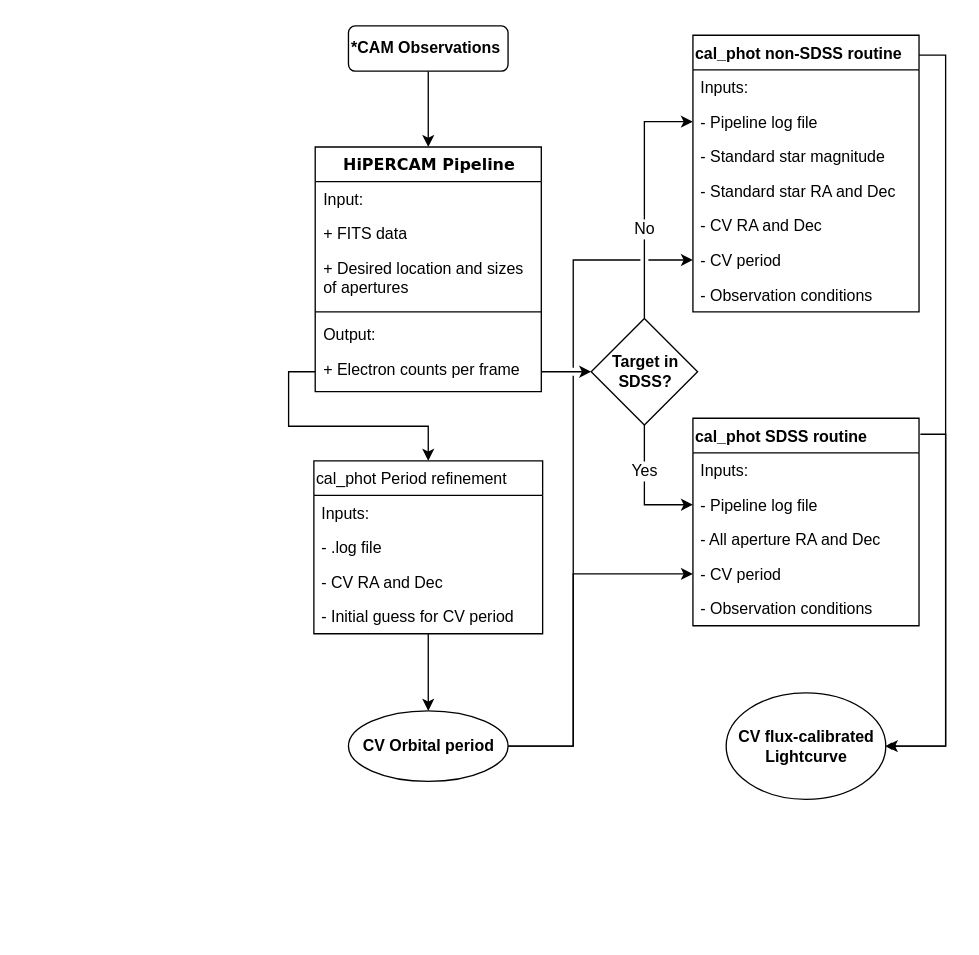
The draw.io diagram cal_phot.drawio in wildjames/cal_phot, before the edit. Source tidied: cells renumbered, new cells numbered last; positions are measured from the earlier drawing's top-left corner, leaving out a move shared by most shapes. Both pictures are drawn from the tidied source at 133%, with x=0, y=0 at pixel (313, 25).
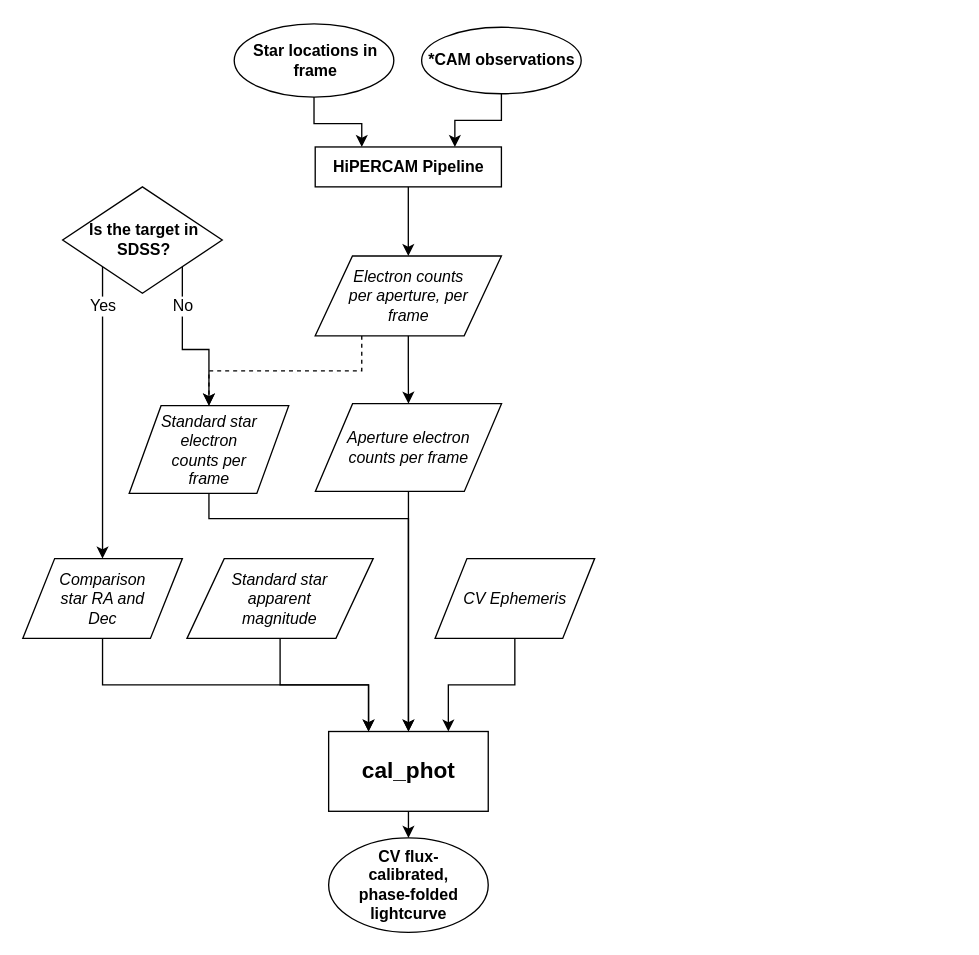
After the change.

What changed in the source:
```diff
@@
-<mxGraphModel background="#ffffff">
+<mxGraphModel>
@@
-    <mxCell id="2" style="edgeStyle=orthogonalEdgeStyle;rounded=0;jettySize=auto;html=1;exitX=1;exitY=0.5;exitDx=0;exitDy=0;entryX=0;entryY=0.5;entryDx=0;entryDy=0;" parent="1" edge="1" source="10" target="15">
-      <mxGeometry relative="1" as="geometry" />
-    </mxCell>
-    <mxCell id="3" style="edgeStyle=orthogonalEdgeStyle;rounded=0;jettySize=auto;html=1;exitX=0;exitY=0.5;exitDx=0;exitDy=0;entryX=0.5;entryY=0;entryDx=0;entryDy=0;" parent="1" edge="1" source="10" target="39">
-      <mxGeometry relative="1" as="geometry" />
-    </mxCell>
+    <mxCell id="44" style="edgeStyle=orthogonalEdgeStyle;rounded=0;jettySize=auto;html=1;exitX=0.5;exitY=1;exitDx=0;exitDy=0;entryX=0.75;entryY=0;entryDx=0;entryDy=0;" parent="1" edge="1" source="45" target="4">
+      <mxGeometry relative="1" as="geometry" />
+    </mxCell>
+    <mxCell id="45" value="&lt;b&gt;*CAM observations&lt;/b&gt;" style="ellipse;whiteSpace=wrap;html=1;" parent="1" vertex="1">
+      <mxGeometry x="81.5" y="1" width="120" height="50" as="geometry" />
+    </mxCell>
+    <mxCell id="46" style="edgeStyle=orthogonalEdgeStyle;rounded=0;jettySize=auto;html=1;exitX=0.5;exitY=1;exitDx=0;exitDy=0;entryX=0.25;entryY=0;entryDx=0;entryDy=0;" parent="1" edge="1" source="47" target="4">
+      <mxGeometry relative="1" as="geometry" />
+    </mxCell>
+    <mxCell id="47" value="&lt;div style=&quot;text-align: center&quot;&gt;&lt;b&gt;Star locations in frame&lt;/b&gt;&lt;/div&gt;" style="ellipse;whiteSpace=wrap;html=1;align=left;" parent="1" vertex="1">
+      <mxGeometry x="-59.4" y="-1.5" width="120" height="55" as="geometry" />
+    </mxCell>
+    <mxCell id="48" style="edgeStyle=orthogonalEdgeStyle;rounded=0;jettySize=auto;html=1;exitX=1;exitY=1;exitDx=0;exitDy=0;entryX=0.5;entryY=0;entryDx=0;entryDy=0;" parent="1" edge="1" source="50" target="56">
+      <mxGeometry relative="1" as="geometry" />
+    </mxCell>
+    <mxCell id="14" value="No" style="text;html=1;align=center;verticalAlign=middle;labelBackgroundColor=#ffffff;" parent="48" vertex="1">
+      <mxGeometry x="-0.55" y="-2" relative="1" as="geometry">
+        <mxPoint x="2" y="1" as="offset" />
+      </mxGeometry>
+    </mxCell>
+    <mxCell id="49" style="edgeStyle=orthogonalEdgeStyle;rounded=0;jettySize=auto;html=1;exitX=0;exitY=1;exitDx=0;exitDy=0;entryX=0.5;entryY=0;entryDx=0;entryDy=0;" parent="1" edge="1" source="50" target="65">
+      <mxGeometry relative="1" as="geometry" />
+    </mxCell>
+    <mxCell id="12" value="Yes" style="text;html=1;align=center;verticalAlign=middle;labelBackgroundColor=#ffffff;" parent="49" vertex="1">
+      <mxGeometry x="-0.72" relative="1" as="geometry">
+        <mxPoint y="-1.5" as="offset" />
+      </mxGeometry>
+    </mxCell>
+    <mxCell id="50" value="&lt;div style=&quot;text-align: center&quot;&gt;&lt;b&gt;Is the target in SDSS?&lt;/b&gt;&lt;/div&gt;" style="rhombus;whiteSpace=wrap;html=1;align=left;" parent="1" vertex="1">
+      <mxGeometry x="-188.4" y="121" width="120" height="80" as="geometry" />
+    </mxCell>
+    <mxCell id="51" style="edgeStyle=orthogonalEdgeStyle;rounded=0;jettySize=auto;html=1;exitX=0.5;exitY=1;exitDx=0;exitDy=0;entryX=0.5;entryY=0;entryDx=0;entryDy=0;noEdgeStyle=1;orthogonal=1;" parent="1" edge="1" source="4" target="54">
+      <mxGeometry relative="1" as="geometry" />
+    </mxCell>
-    <mxCell id="4" value="HiPERCAM Pipeline" style="swimlane;html=1;fontStyle=1;align=center;verticalAlign=top;horizontal=1;startSize=26;swimlaneFillColor=#ffffff;rounded=0;shadow=0;comic=0;labelBackgroundColor=none;strokeColor=#000000;strokeWidth=1;fillColor=none;fontFamily=Verdana;fontSize=12;fontColor=#000000;" parent="1" vertex="1">
-      <mxGeometry x="1.5" y="91" width="170" height="184" as="geometry" />
+    <mxCell id="4" value="&lt;div style=&quot;text-align: center&quot;&gt;&lt;b&gt;HiPERCAM Pipeline&lt;/b&gt;&lt;/div&gt;" style="rounded=0;whiteSpace=wrap;html=1;align=center;" parent="1" vertex="1">
+      <mxGeometry x="1.5" y="91" width="140" height="30" as="geometry" />
     </mxCell>
-    <mxCell id="5" value="Input:" style="text;html=1;strokeColor=none;fillColor=none;align=left;verticalAlign=top;spacingLeft=4;spacingRight=4;whiteSpace=wrap;overflow=hidden;" parent="4" vertex="1">
-      <mxGeometry y="26" width="170" height="26" as="geometry" />
-    </mxCell>
-    <mxCell id="6" value="+ FITS data" style="text;html=1;strokeColor=none;fillColor=none;align=left;verticalAlign=top;spacingLeft=4;spacingRight=4;whiteSpace=wrap;overflow=hidden;" parent="4" vertex="1">
-      <mxGeometry y="52" width="170" height="26" as="geometry" />
-    </mxCell>
-    <mxCell id="7" value="+ Desired location and sizes of apertures" style="text;html=1;strokeColor=none;fillColor=none;align=left;verticalAlign=top;spacingLeft=4;spacingRight=4;whiteSpace=wrap;overflow=hidden;" parent="4" vertex="1">
-      <mxGeometry y="78" width="170" height="42" as="geometry" />
-    </mxCell>
-    <mxCell id="8" style="line;html=1;strokeWidth=1;fillColor=none;align=left;verticalAlign=middle;spacingTop=-1;spacingLeft=3;spacingRight=3;labelPosition=right;" parent="4" vertex="1">
-      <mxGeometry y="120" width="170" height="8" as="geometry" />
-    </mxCell>
-    <mxCell id="9" value="Output:" style="text;html=1;strokeColor=none;fillColor=none;align=left;verticalAlign=top;spacingLeft=4;spacingRight=4;whiteSpace=wrap;overflow=hidden;" parent="4" vertex="1">
-      <mxGeometry y="128" width="170" height="26" as="geometry" />
-    </mxCell>
-    <mxCell id="10" value="+ Electron counts per frame" style="text;html=1;strokeColor=none;fillColor=none;align=left;verticalAlign=top;spacingLeft=4;spacingRight=4;whiteSpace=wrap;overflow=hidden;points=[[0,0.5],[1,0.5]];portConstraint=eastwest;" parent="4" vertex="1">
-      <mxGeometry y="154" width="170" height="30" as="geometry" />
-    </mxCell>
-    <mxCell id="11" style="edgeStyle=orthogonalEdgeStyle;rounded=0;jettySize=auto;html=1;exitX=0.5;exitY=1;exitDx=0;exitDy=0;entryX=0;entryY=0.5;entryDx=0;entryDy=0;" parent="1" edge="1" source="15" target="20">
-      <mxGeometry relative="1" as="geometry" />
-    </mxCell>
-    <mxCell id="12" value="Yes" style="text;html=1;align=center;verticalAlign=middle;labelBackgroundColor=#ffffff;" parent="11" vertex="1">
-      <mxGeometry x="-0.62" y="2" relative="1" as="geometry">
-        <mxPoint x="-2.5" y="16" as="offset" />
-      </mxGeometry>
-    </mxCell>
-    <mxCell id="13" style="edgeStyle=orthogonalEdgeStyle;rounded=0;jettySize=auto;html=1;exitX=0.5;exitY=0;exitDx=0;exitDy=0;entryX=0;entryY=0.5;entryDx=0;entryDy=0;" parent="1" edge="1" source="15" target="27">
-      <mxGeometry relative="1" as="geometry" />
-    </mxCell>
-    <mxCell id="14" value="No&lt;br&gt;" style="text;html=1;align=center;verticalAlign=middle;labelBackgroundColor=#ffffff;" parent="13" vertex="1">
-      <mxGeometry x="0.07" y="-2" relative="1" as="geometry">
-        <mxPoint x="-2.5" y="31" as="offset" />
-      </mxGeometry>
-    </mxCell>
-    <mxCell id="15" value="&lt;div style=&quot;text-align: center&quot;&gt;&lt;span&gt;&lt;b&gt;Target in SDSS?&lt;/b&gt;&lt;/span&gt;&lt;/div&gt;" style="rhombus;whiteSpace=wrap;html=1;align=left;" parent="1" vertex="1">
-      <mxGeometry x="209" y="220" width="80" height="80" as="geometry" />
-    </mxCell>
-    <mxCell id="16" style="edgeStyle=orthogonalEdgeStyle;rounded=0;jettySize=auto;html=1;exitX=0.5;exitY=1;exitDx=0;exitDy=0;entryX=0.5;entryY=0;entryDx=0;entryDy=0;" parent="1" edge="1" source="17" target="4">
-      <mxGeometry relative="1" as="geometry" />
-    </mxCell>
-    <mxCell id="17" value="&lt;div style=&quot;text-align: center&quot;&gt;&lt;span&gt;&lt;b&gt;*CAM Observations&lt;/b&gt;&lt;/span&gt;&lt;/div&gt;" style="rounded=1;whiteSpace=wrap;html=1;align=left;" parent="1" vertex="1">
-      <mxGeometry x="26.5" width="120" height="34" as="geometry" />
-    </mxCell>
-    <mxCell id="18" value="cal_phot SDSS routine" style="swimlane;fontStyle=1;horizontal=1;startSize=26;fillColor=none;align=left;" parent="1" vertex="1">
-      <mxGeometry x="285.5" y="295" width="170" height="156" as="geometry" />
-    </mxCell>
-    <mxCell id="19" value="Inputs:" style="text;strokeColor=none;fillColor=none;align=left;verticalAlign=top;spacingLeft=4;spacingRight=4;overflow=hidden;" parent="18" vertex="1">
-      <mxGeometry y="26" width="170" height="26" as="geometry" />
-    </mxCell>
-    <mxCell id="20" value="- Pipeline log file" style="text;strokeColor=none;fillColor=none;align=left;verticalAlign=top;spacingLeft=4;spacingRight=4;overflow=hidden;points=[[0,0.5],[1,0.5]];portConstraint=eastwest;" parent="18" vertex="1">
-      <mxGeometry y="52" width="170" height="26" as="geometry" />
-    </mxCell>
-    <mxCell id="21" value="- All aperture RA and Dec" style="text;strokeColor=none;fillColor=none;align=left;verticalAlign=top;spacingLeft=4;spacingRight=4;overflow=hidden;" parent="18" vertex="1">
-      <mxGeometry y="78" width="170" height="26" as="geometry" />
-    </mxCell>
-    <mxCell id="22" value="- CV period" style="text;strokeColor=none;fillColor=none;align=left;verticalAlign=top;spacingLeft=4;spacingRight=4;overflow=hidden;points=[[0,0.5],[1,0.5]];portConstraint=eastwest;" parent="18" vertex="1">
-      <mxGeometry y="104" width="170" height="26" as="geometry" />
-    </mxCell>
-    <mxCell id="23" value="- Observation conditions" style="text;strokeColor=none;fillColor=none;align=left;verticalAlign=top;spacingLeft=4;spacingRight=4;overflow=hidden;" parent="18" vertex="1">
-      <mxGeometry y="130" width="170" height="26" as="geometry" />
-    </mxCell>
-    <mxCell id="24" style="edgeStyle=orthogonalEdgeStyle;rounded=0;jettySize=auto;html=1;entryX=0.5;entryY=0;entryDx=0;entryDy=0;exitX=0.5;exitY=1;exitDx=0;exitDy=0;" parent="1" edge="1" source="39" target="38">
-      <mxGeometry relative="1" as="geometry" />
-    </mxCell>
-    <mxCell id="25" value="cal_phot non-SDSS routine" style="swimlane;fontStyle=1;horizontal=1;startSize=26;fillColor=none;align=left;" parent="1" vertex="1">
-      <mxGeometry x="285.5" y="7" width="170" height="208" as="geometry" />
-    </mxCell>
-    <mxCell id="26" value="Inputs:" style="text;strokeColor=none;fillColor=none;align=left;verticalAlign=top;spacingLeft=4;spacingRight=4;overflow=hidden;" parent="25" vertex="1">
-      <mxGeometry y="26" width="170" height="26" as="geometry" />
-    </mxCell>
-    <mxCell id="27" value="- Pipeline log file" style="text;strokeColor=none;fillColor=none;align=left;verticalAlign=top;spacingLeft=4;spacingRight=4;overflow=hidden;points=[[0,0.5],[1,0.5]];portConstraint=eastwest;" parent="25" vertex="1">
-      <mxGeometry y="52" width="170" height="26" as="geometry" />
-    </mxCell>
-    <mxCell id="28" value="- Standard star magnitude" style="text;strokeColor=none;fillColor=none;align=left;verticalAlign=top;spacingLeft=4;spacingRight=4;overflow=hidden;" parent="25" vertex="1">
-      <mxGeometry y="78" width="170" height="26" as="geometry" />
-    </mxCell>
-    <mxCell id="29" value="- Standard star RA and Dec" style="text;strokeColor=none;fillColor=none;align=left;verticalAlign=top;spacingLeft=4;spacingRight=4;overflow=hidden;" parent="25" vertex="1">
-      <mxGeometry y="104" width="170" height="26" as="geometry" />
-    </mxCell>
-    <mxCell id="30" value="- CV RA and Dec" style="text;strokeColor=none;fillColor=none;align=left;verticalAlign=top;spacingLeft=4;spacingRight=4;overflow=hidden;" parent="25" vertex="1">
-      <mxGeometry y="130" width="170" height="26" as="geometry" />
-    </mxCell>
-    <mxCell id="31" value="- CV period" style="text;strokeColor=none;fillColor=none;align=left;verticalAlign=top;spacingLeft=4;spacingRight=4;overflow=hidden;points=[[0,0.5],[1,0.5]];portConstraint=eastwest;" parent="25" vertex="1">
-      <mxGeometry y="156" width="170" height="26" as="geometry" />
-    </mxCell>
-    <mxCell id="32" value="- Observation conditions" style="text;strokeColor=none;fillColor=none;align=left;verticalAlign=top;spacingLeft=4;spacingRight=4;overflow=hidden;" parent="25" vertex="1">
-      <mxGeometry y="182" width="170" height="26" as="geometry" />
-    </mxCell>
-    <mxCell id="33" value="&lt;b&gt;CV flux-calibrated Lightcurve&lt;/b&gt;" style="ellipse;whiteSpace=wrap;html=1;align=center;" parent="1" vertex="1">
-      <mxGeometry x="310.5" y="501.5" width="120" height="80" as="geometry" />
-    </mxCell>
-    <mxCell id="34" style="edgeStyle=orthogonalEdgeStyle;rounded=0;jettySize=auto;html=1;exitX=1;exitY=0.072;exitDx=0;exitDy=0;entryX=1;entryY=0.5;entryDx=0;entryDy=0;exitPerimeter=0;" parent="1" edge="1" source="25" target="33">
-      <mxGeometry relative="1" as="geometry" />
-    </mxCell>
-    <mxCell id="35" style="edgeStyle=orthogonalEdgeStyle;rounded=0;jettySize=auto;html=1;exitX=1.006;exitY=0.077;exitDx=0;exitDy=0;entryX=1;entryY=0.5;entryDx=0;entryDy=0;startArrow=none;startFill=0;endArrow=diamondThin;endFill=1;elbow=vertical;exitPerimeter=0;" parent="1" edge="1" source="18" target="33">
-      <mxGeometry relative="1" as="geometry" />
-    </mxCell>
-    <mxCell id="36" style="edgeStyle=orthogonalEdgeStyle;rounded=0;jettySize=auto;html=1;exitX=1;exitY=0.5;exitDx=0;exitDy=0;entryX=0;entryY=0.5;entryDx=0;entryDy=0;" parent="1" edge="1" source="38" target="22">
-      <mxGeometry relative="1" as="geometry">
-        <Array as="points">
-          <mxPoint x="195.5" y="542" />
-          <mxPoint x="195.5" y="412" />
-        </Array>
-      </mxGeometry>
-    </mxCell>
-    <mxCell id="37" style="edgeStyle=orthogonalEdgeStyle;rounded=0;jettySize=auto;html=1;exitX=1;exitY=0.5;exitDx=0;exitDy=0;entryX=0;entryY=0.5;entryDx=0;entryDy=0;jumpStyle=gap;" parent="1" edge="1" source="38" target="31">
-      <mxGeometry relative="1" as="geometry">
-        <Array as="points">
-          <mxPoint x="195.5" y="542" />
-          <mxPoint x="195.5" y="176" />
-        </Array>
-      </mxGeometry>
-    </mxCell>
-    <mxCell id="38" value="&lt;b&gt;CV Orbital period&lt;/b&gt;" style="ellipse;whiteSpace=wrap;html=1;align=center;" parent="1" vertex="1">
-      <mxGeometry x="26.5" y="515" width="120" height="53" as="geometry" />
-    </mxCell>
-    <mxCell id="39" value="cal_phot Period refinement" style="swimlane;fontStyle=0;horizontal=1;startSize=26;fillColor=none;align=left;" parent="1" vertex="1">
-      <mxGeometry x="0.5" y="327" width="172" height="130" as="geometry" />
-    </mxCell>
-    <mxCell id="40" value="Inputs:" style="text;strokeColor=none;fillColor=none;align=left;verticalAlign=top;spacingLeft=4;spacingRight=4;overflow=hidden;" parent="39" vertex="1">
-      <mxGeometry y="26" width="172" height="26" as="geometry" />
-    </mxCell>
-    <mxCell id="41" value="- .log file" style="text;strokeColor=none;fillColor=none;align=left;verticalAlign=top;spacingLeft=4;spacingRight=4;overflow=hidden;" parent="39" vertex="1">
-      <mxGeometry y="52" width="172" height="26" as="geometry" />
-    </mxCell>
-    <mxCell id="42" value="- CV RA and Dec" style="text;strokeColor=none;fillColor=none;align=left;verticalAlign=top;spacingLeft=4;spacingRight=4;overflow=hidden;" parent="39" vertex="1">
-      <mxGeometry y="78" width="172" height="26" as="geometry" />
-    </mxCell>
-    <mxCell id="43" value="- Initial guess for CV period" style="text;strokeColor=none;fillColor=none;align=left;verticalAlign=top;spacingLeft=4;spacingRight=4;overflow=hidden;" parent="39" vertex="1">
-      <mxGeometry y="104" width="172" height="26" as="geometry" />
-    </mxCell>
+    <mxCell id="52" style="edgeStyle=orthogonalEdgeStyle;rounded=0;jettySize=auto;html=1;exitX=0.5;exitY=1;exitDx=0;exitDy=0;" parent="1" edge="1" source="54" target="58">
+      <mxGeometry relative="1" as="geometry" />
+    </mxCell>
+    <mxCell id="53" style="edgeStyle=orthogonalEdgeStyle;rounded=0;jettySize=auto;html=1;exitX=0.25;exitY=1;exitDx=0;exitDy=0;entryX=0.5;entryY=0;entryDx=0;entryDy=0;dashed=1;" parent="1" edge="1" source="54" target="56">
+      <mxGeometry relative="1" as="geometry" />
+    </mxCell>
+    <mxCell id="54" value="&lt;p style=&quot;line-height: 117%&quot;&gt;&lt;/p&gt;&lt;div style=&quot;text-align: left&quot;&gt;&lt;div style=&quot;text-align: center&quot;&gt;&lt;i&gt;Electron counts per aperture, per frame&lt;/i&gt;&lt;/div&gt;&lt;/div&gt;&lt;p&gt;&lt;/p&gt;" style="shape=parallelogram;perimeter=parallelogramPerimeter;whiteSpace=wrap;html=1;align=center;spacingLeft=20;spacingRight=20;" parent="1" vertex="1">
+      <mxGeometry x="1.5" y="173" width="140" height="60" as="geometry" />
+    </mxCell>
+    <mxCell id="55" style="edgeStyle=orthogonalEdgeStyle;rounded=0;jettySize=auto;html=1;exitX=0.5;exitY=1;exitDx=0;exitDy=0;entryX=0.5;entryY=0;entryDx=0;entryDy=0;" parent="1" edge="1" source="56" target="61">
+      <mxGeometry relative="1" as="geometry">
+        <Array as="points">
+          <mxPoint x="-78.4" y="370.5" />
+          <mxPoint x="71.6" y="370.5" />
+        </Array>
+      </mxGeometry>
+    </mxCell>
+    <mxCell id="56" value="&lt;i&gt;Standard star electron counts per frame&lt;/i&gt;" style="shape=parallelogram;perimeter=parallelogramPerimeter;whiteSpace=wrap;html=1;align=center;spacingLeft=20;spacingRight=20;" parent="1" vertex="1">
+      <mxGeometry x="-138.4" y="285.5" width="120" height="66" as="geometry" />
+    </mxCell>
+    <mxCell id="57" style="edgeStyle=orthogonalEdgeStyle;rounded=0;jettySize=auto;html=1;exitX=0.5;exitY=1;exitDx=0;exitDy=0;entryX=0.5;entryY=0;entryDx=0;entryDy=0;" parent="1" edge="1" source="58" target="61">
+      <mxGeometry relative="1" as="geometry" />
+    </mxCell>
+    <mxCell id="58" value="&lt;i&gt;Aperture electron counts per frame&lt;/i&gt;" style="shape=parallelogram;perimeter=parallelogramPerimeter;whiteSpace=wrap;html=1;align=center;spacingLeft=20;spacingRight=20;" parent="1" vertex="1">
+      <mxGeometry x="1.6" y="284" width="140" height="66" as="geometry" />
+    </mxCell>
+    <mxCell id="59" value="&lt;b&gt;CV flux-calibrated, phase-folded lightcurve&lt;/b&gt;" style="ellipse;whiteSpace=wrap;html=1;align=center;spacingLeft=10;spacingRight=10;" parent="1" vertex="1">
+      <mxGeometry x="11.6" y="610.5" width="120" height="71" as="geometry" />
+    </mxCell>
+    <mxCell id="60" style="edgeStyle=orthogonalEdgeStyle;rounded=0;jettySize=auto;html=1;exitX=0.5;exitY=1;exitDx=0;exitDy=0;entryX=0.5;entryY=0;entryDx=0;entryDy=0;" parent="1" edge="1" source="61" target="59">
+      <mxGeometry relative="1" as="geometry" />
+    </mxCell>
+    <mxCell id="61" value="&lt;font style=&quot;font-size: 17px&quot;&gt;&lt;b&gt;cal_phot&lt;/b&gt;&lt;/font&gt;" style="rounded=0;whiteSpace=wrap;html=1;" parent="1" vertex="1">
+      <mxGeometry x="11.6" y="530.5" width="120" height="60" as="geometry" />
+    </mxCell>
+    <mxCell id="62" style="edgeStyle=orthogonalEdgeStyle;rounded=0;jettySize=auto;html=1;exitX=0.5;exitY=1;exitDx=0;exitDy=0;entryX=0.25;entryY=0;entryDx=0;entryDy=0;" parent="1" edge="1" source="63" target="61">
+      <mxGeometry relative="1" as="geometry" />
+    </mxCell>
+    <mxCell id="63" value="&lt;i&gt;Standard star apparent magnitude&lt;/i&gt;" style="shape=parallelogram;perimeter=parallelogramPerimeter;whiteSpace=wrap;html=1;spacingLeft=20;spacingRight=20;" parent="1" vertex="1">
+      <mxGeometry x="-94.9" y="400.5" width="140" height="60" as="geometry" />
+    </mxCell>
+    <mxCell id="64" style="edgeStyle=orthogonalEdgeStyle;rounded=0;jettySize=auto;html=1;exitX=0.5;exitY=1;exitDx=0;exitDy=0;entryX=0.25;entryY=0;entryDx=0;entryDy=0;" parent="1" edge="1" source="65" target="61">
+      <mxGeometry relative="1" as="geometry" />
+    </mxCell>
+    <mxCell id="65" value="Comparison star RA and Dec" style="shape=parallelogram;perimeter=parallelogramPerimeter;whiteSpace=wrap;html=1;spacingLeft=20;spacingRight=20;fontStyle=2;" parent="1" vertex="1">
+      <mxGeometry x="-218.4" y="400.5" width="120" height="60" as="geometry" />
+    </mxCell>
+    <mxCell id="66" style="edgeStyle=orthogonalEdgeStyle;rounded=0;jettySize=auto;html=1;exitX=0.5;exitY=1;exitDx=0;exitDy=0;entryX=0.75;entryY=0;entryDx=0;entryDy=0;" parent="1" edge="1" source="67" target="61">
+      <mxGeometry relative="1" as="geometry" />
+    </mxCell>
+    <mxCell id="67" value="&lt;i&gt;CV Ephemeris&lt;/i&gt;" style="shape=parallelogram;perimeter=parallelogramPerimeter;whiteSpace=wrap;html=1;" parent="1" vertex="1">
+      <mxGeometry x="91.6" y="400.5" width="120" height="60" as="geometry" />
+    </mxCell>
```
